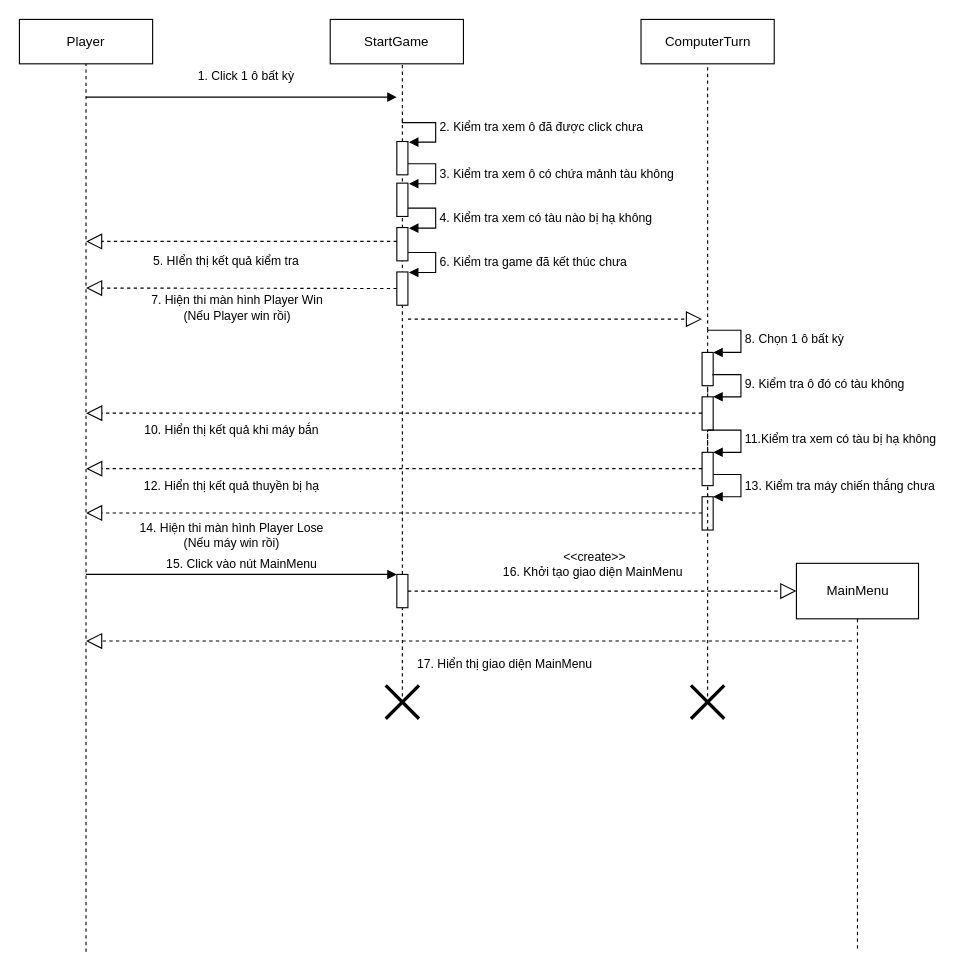
Above: page "Biểu đồ trình tự PlayGame" (7 of 9) of Untitled Diagram.drawio in huytruengusi/Battleship-OOP (draw.io), before the change. Source tidied: cells renumbered, new cells numbered last; positions are measured from the earlier drawing's top-left corner, leaving out a move shared by most shapes. Both pictures are drawn from the tidied source at 111%, with x=0, y=0 at pixel (19, 19).
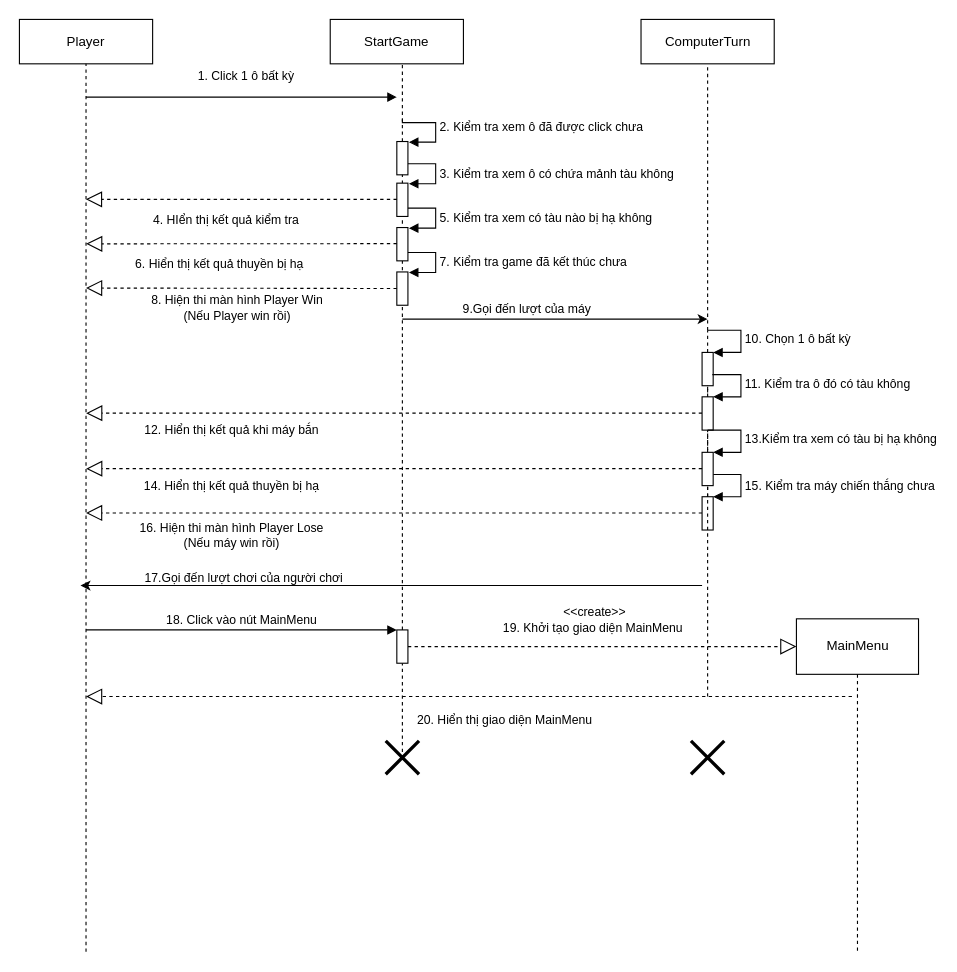
Above is the later version.

Unchanged cells that the change refers to:
```xml
<mxCell id="13" style="html=1;points=[];perimeter=orthogonalPerimeter;" parent="1" vertex="1">
  <mxGeometry x="340" y="187.5" width="10" height="30" as="geometry" />
</mxCell>
<mxCell id="15" style="html=1;points=[];perimeter=orthogonalPerimeter;" parent="1" vertex="1">
  <mxGeometry x="340" y="227.5" width="10" height="30" as="geometry" />
</mxCell>
<mxCell id="20" style="endArrow=block;dashed=1;endFill=0;endSize=12;html=1;rounded=0;exitX=0;exitY=0.666;exitDx=0;exitDy=0;exitPerimeter=0;" parent="1" edge="1">
  <mxGeometry relative="1" as="geometry">
    <mxPoint x="615" y="444.6" as="sourcePoint" />
    <mxPoint x="60" y="444.6" as="targetPoint" />
  </mxGeometry>
</mxCell>
<mxCell id="24" style="endArrow=block;dashed=1;endFill=0;endSize=12;html=1;rounded=0;exitX=0.5;exitY=0;exitDx=0;exitDy=0;entryX=0;entryY=0.5;entryDx=0;entryDy=0;" parent="1" edge="1" source="31" target="26">
  <mxGeometry relative="1" as="geometry" />
</mxCell>
<mxCell id="39" style="html=1;points=[];perimeter=orthogonalPerimeter;" parent="1" vertex="1">
  <mxGeometry x="615" y="300" width="10" height="30" as="geometry" />
</mxCell>
<mxCell id="40" style="html=1;points=[];perimeter=orthogonalPerimeter;" parent="1" vertex="1">
  <mxGeometry x="615" y="430" width="10" height="30" as="geometry" />
</mxCell>
<mxCell id="43" style="html=1;points=[];perimeter=orthogonalPerimeter;" parent="1" vertex="1">
  <mxGeometry x="615" y="340" width="10" height="30" as="geometry" />
</mxCell>
<mxCell id="45" style="html=1;points=[];perimeter=orthogonalPerimeter;" parent="1" vertex="1">
  <mxGeometry x="615" y="390" width="10" height="30" as="geometry" />
</mxCell>
```

What changed in the source:
```diff
@@
-    <mxCell id="12" value="4. Kiểm tra xem có tàu nào bị hạ không" style="edgeStyle=orthogonalEdgeStyle;html=1;align=left;spacingLeft=2;endArrow=block;rounded=0;exitX=0.75;exitY=0;exitDx=0;exitDy=0;entryX=1.09;entryY=0.018;entryDx=0;entryDy=0;entryPerimeter=0;" parent="1" edge="1" target="13">
+    <mxCell id="12" value="5. Kiểm tra xem có tàu nào bị hạ không" style="edgeStyle=orthogonalEdgeStyle;html=1;align=left;spacingLeft=2;endArrow=block;rounded=0;exitX=0.75;exitY=0;exitDx=0;exitDy=0;entryX=1.09;entryY=0.018;entryDx=0;entryDy=0;entryPerimeter=0;" parent="1" edge="1" target="13">
       <mxGeometry relative="1" as="geometry">
         <mxPoint x="350" y="170" as="sourcePoint" />
         <Array as="points">
           <mxPoint x="375" y="170.5" />
           <mxPoint x="375" y="187.5" />
           <mxPoint x="351" y="187.5" />
         </Array>
       </mxGeometry>
     </mxCell>
@@
-    <mxCell id="14" value="6. Kiểm tra game đã kết thúc chưa" style="edgeStyle=orthogonalEdgeStyle;html=1;align=left;spacingLeft=2;endArrow=block;rounded=0;exitX=0.75;exitY=0;exitDx=0;exitDy=0;entryX=1.09;entryY=0.018;entryDx=0;entryDy=0;entryPerimeter=0;" parent="1" edge="1" target="15">
+    <mxCell id="14" value="7. Kiểm tra game đã kết thúc chưa" style="edgeStyle=orthogonalEdgeStyle;html=1;align=left;spacingLeft=2;endArrow=block;rounded=0;exitX=0.75;exitY=0;exitDx=0;exitDy=0;entryX=1.09;entryY=0.018;entryDx=0;entryDy=0;entryPerimeter=0;" parent="1" edge="1" target="15">
       <mxGeometry relative="1" as="geometry">
         <mxPoint x="350" y="210" as="sourcePoint" />
         <Array as="points">
           <mxPoint x="375" y="210.5" />
           <mxPoint x="375" y="227.5" />
           <mxPoint x="351" y="227.5" />
         </Array>
       </mxGeometry>
     </mxCell>
@@
-    <mxCell id="16" value="7. Hiện thi màn hình Player Win&lt;br&gt;(Nếu Player win rồi)" style="endArrow=block;dashed=1;endFill=0;endSize=12;html=1;rounded=0;exitX=-0.002;exitY=0.497;exitDx=0;exitDy=0;exitPerimeter=0;" parent="1" edge="1" source="15">
+    <mxCell id="16" value="8. Hiện thi màn hình Player Win&lt;br&gt;(Nếu Player win rồi)" style="endArrow=block;dashed=1;endFill=0;endSize=12;html=1;rounded=0;exitX=-0.002;exitY=0.497;exitDx=0;exitDy=0;exitPerimeter=0;" parent="1" edge="1" source="15">
       <mxGeometry x="0.03" y="18" relative="1" as="geometry">
         <mxPoint x="60" y="242" as="targetPoint" />
       </mxGeometry>
     </mxCell>
-    <mxCell id="17" style="endArrow=block;dashed=1;endFill=0;endSize=12;html=1;rounded=0;exitX=0.007;exitY=0.416;exitDx=0;exitDy=0;exitPerimeter=0;" parent="1" edge="1" source="13">
+    <mxCell id="17" style="endArrow=block;dashed=1;endFill=0;endSize=12;html=1;rounded=0;exitX=0.007;exitY=0.416;exitDx=0;exitDy=0;exitPerimeter=0;" parent="1" edge="1">
       <mxGeometry relative="1" as="geometry">
-        <mxPoint x="60" y="200" as="targetPoint" />
+        <mxPoint x="340" y="162.1" as="sourcePoint" />
+        <mxPoint x="59.9" y="162.1" as="targetPoint" />
       </mxGeometry>
     </mxCell>
-    <mxCell id="18" value="5. HIển thị kết quả kiểm tra" style="edgeLabel;html=1;align=center;verticalAlign=middle;" parent="17" vertex="1">
+    <mxCell id="18" value="4. HIển thị kết quả kiểm tra" style="edgeLabel;html=1;align=center;verticalAlign=middle;" parent="17" vertex="1">
       <mxGeometry x="0.11" y="-3" relative="1" as="geometry">
         <mxPoint y="21" as="offset" />
       </mxGeometry>
     </mxCell>
-    <mxCell id="19" value="10. Hiển thị kết quả khi máy bắn" style="endArrow=block;dashed=1;endFill=0;endSize=12;html=1;rounded=0;exitX=-0.008;exitY=0.497;exitDx=0;exitDy=0;exitPerimeter=0;" parent="1" edge="1">
+    <mxCell id="19" value="12. Hiển thị kết quả khi máy bắn" style="endArrow=block;dashed=1;endFill=0;endSize=12;html=1;rounded=0;exitX=-0.008;exitY=0.497;exitDx=0;exitDy=0;exitPerimeter=0;" parent="1" edge="1">
       <mxGeometry x="0.53" y="15" relative="1" as="geometry">
         <mxPoint x="615" y="354.7" as="sourcePoint" />
         <mxPoint x="60.1" y="354.7" as="targetPoint" />
       </mxGeometry>
     </mxCell>
@@
-    <mxCell id="21" value="14. Hiện thi màn hình Player Lose&lt;br&gt;(Nếu máy win rồi)" style="edgeLabel;html=1;align=center;verticalAlign=middle;" parent="20" vertex="1">
+    <mxCell id="21" value="16. Hiện thi màn hình Player Lose&lt;br&gt;(Nếu máy win rồi)" style="edgeLabel;html=1;align=center;verticalAlign=middle;" parent="20" vertex="1">
       <mxGeometry x="0.07" y="-2" relative="1" as="geometry">
         <mxPoint x="-128" y="22" as="offset" />
       </mxGeometry>
     </mxCell>
-    <mxCell id="22" value="15. Click vào nút MainMenu" style="html=1;verticalAlign=bottom;endArrow=block;rounded=0;startArrow=none;entryX=0;entryY=1;entryDx=0;entryDy=0;" parent="1" edge="1" target="31">
+    <mxCell id="22" value="18. Click vào nút MainMenu" style="html=1;verticalAlign=bottom;endArrow=block;rounded=0;startArrow=none;entryX=0;entryY=1;entryDx=0;entryDy=0;" parent="1" edge="1" target="31">
       <mxGeometry relative="1" as="geometry">
-        <mxPoint x="60" y="500" as="sourcePoint" />
+        <mxPoint x="60" y="550" as="sourcePoint" />
       </mxGeometry>
     </mxCell>
     <mxCell id="23" style="endArrow=none;dashed=1;html=1;rounded=0;entryX=1;entryY=0.5;entryDx=0;entryDy=0;startArrow=none;" parent="1" edge="1" target="31">
       <mxGeometry relative="1" as="geometry">
-        <mxPoint x="345" y="610" as="sourcePoint" />
+        <mxPoint x="345" y="660" as="sourcePoint" />
       </mxGeometry>
     </mxCell>
@@
-    <mxCell id="25" value="&amp;lt;&amp;lt;create&amp;gt;&amp;gt;&lt;br&gt;16. Khởi tạo giao diện MainMenu&amp;nbsp;" style="edgeLabel;html=1;align=center;verticalAlign=middle;" parent="24" vertex="1">
+    <mxCell id="25" value="&amp;lt;&amp;lt;create&amp;gt;&amp;gt;&lt;br&gt;19. Khởi tạo giao diện MainMenu&amp;nbsp;" style="edgeLabel;html=1;align=center;verticalAlign=middle;" parent="24" vertex="1">
       <mxGeometry x="-0.19" y="2" relative="1" as="geometry">
         <mxPoint x="25" y="-23" as="offset" />
       </mxGeometry>
     </mxCell>
     <mxCell id="26" value="MainMenu" style="html=1;" parent="1" vertex="1">
-      <mxGeometry x="700" y="490" width="110" height="50" as="geometry" />
+      <mxGeometry x="700" y="540" width="110" height="50" as="geometry" />
     </mxCell>
@@
     <mxCell id="28" style="endArrow=block;dashed=1;endFill=0;endSize=12;html=1;rounded=0;" parent="1" edge="1">
       <mxGeometry relative="1" as="geometry">
-        <mxPoint x="750" y="560" as="sourcePoint" />
-        <mxPoint x="60" y="560" as="targetPoint" />
+        <mxPoint x="750" y="610" as="sourcePoint" />
+        <mxPoint x="60" y="610" as="targetPoint" />
       </mxGeometry>
     </mxCell>
-    <mxCell id="29" value="17. Hiển thị giao diện MainMenu" style="edgeLabel;html=1;align=center;verticalAlign=middle;" parent="28" vertex="1">
+    <mxCell id="29" value="20. Hiển thị giao diện MainMenu" style="edgeLabel;html=1;align=center;verticalAlign=middle;" parent="28" vertex="1">
       <mxGeometry x="-0.09" relative="1" as="geometry">
         <mxPoint y="20" as="offset" />
       </mxGeometry>
     </mxCell>
@@
     <mxCell id="31" style="rounded=0;whiteSpace=wrap;html=1;direction=south;" parent="1" vertex="1">
-      <mxGeometry x="340" y="500" width="10" height="30" as="geometry" />
+      <mxGeometry x="340" y="550" width="10" height="30" as="geometry" />
     </mxCell>
-    <mxCell id="32" value="8. Chọn 1 ô bất kỳ" style="edgeStyle=orthogonalEdgeStyle;html=1;align=left;spacingLeft=2;endArrow=block;rounded=0;entryX=1;entryY=0;" parent="1" edge="1" target="39">
+    <mxCell id="32" value="10. Chọn 1 ô bất kỳ" style="edgeStyle=orthogonalEdgeStyle;html=1;align=left;spacingLeft=2;endArrow=block;rounded=0;entryX=1;entryY=0;" parent="1" edge="1" target="39">
       <mxGeometry relative="1" as="geometry">
         <mxPoint x="620" y="280" as="sourcePoint" />
         <Array as="points">
           <mxPoint x="650" y="280" />
         </Array>
       </mxGeometry>
     </mxCell>
-    <mxCell id="33" value="13. Kiểm tra máy chiến thắng chưa" style="edgeStyle=orthogonalEdgeStyle;html=1;align=left;spacingLeft=2;endArrow=block;rounded=0;entryX=1;entryY=0;exitX=1;exitY=0.667;exitDx=0;exitDy=0;exitPerimeter=0;" parent="1" edge="1" target="40">
+    <mxCell id="33" value="15. Kiểm tra máy chiến thắng chưa" style="edgeStyle=orthogonalEdgeStyle;html=1;align=left;spacingLeft=2;endArrow=block;rounded=0;entryX=1;entryY=0;exitX=1;exitY=0.667;exitDx=0;exitDy=0;exitPerimeter=0;" parent="1" edge="1" target="40">
       <mxGeometry relative="1" as="geometry">
         <mxPoint x="625" y="410" as="sourcePoint" />
         <Array as="points">
           <mxPoint x="650" y="410" />
           <mxPoint x="650" y="430" />
         </Array>
       </mxGeometry>
     </mxCell>
-    <mxCell id="34" style="endArrow=block;dashed=1;endFill=0;endSize=12;html=1;rounded=0;entryX=0;entryY=1;entryDx=0;entryDy=0;" parent="1" edge="1">
-      <mxGeometry relative="1" as="geometry">
-        <mxPoint x="350" y="270" as="sourcePoint" />
-        <mxPoint x="615" y="270" as="targetPoint" />
-        <Array as="points">
-          <mxPoint x="480" y="270" />
-        </Array>
-      </mxGeometry>
-    </mxCell>
@@
     <mxCell id="37" style="shape=umlDestroy;whiteSpace=wrap;html=1;strokeWidth=3;" parent="1" vertex="1">
-      <mxGeometry x="330" y="600" width="30" height="30" as="geometry" />
+      <mxGeometry x="330" y="650" width="30" height="30" as="geometry" />
     </mxCell>
     <mxCell id="38" style="shape=umlDestroy;whiteSpace=wrap;html=1;strokeWidth=3;" parent="1" vertex="1">
-      <mxGeometry x="605" y="600" width="30" height="30" as="geometry" />
+      <mxGeometry x="605" y="650" width="30" height="30" as="geometry" />
     </mxCell>
@@
-    <mxCell id="44" value="9. Kiểm tra ô đó có tàu không" style="edgeStyle=orthogonalEdgeStyle;html=1;align=left;spacingLeft=2;endArrow=block;rounded=0;entryX=1;entryY=0;exitX=0.922;exitY=0.666;exitDx=0;exitDy=0;exitPerimeter=0;" parent="1" edge="1" source="39" target="43">
+    <mxCell id="44" value="11. Kiểm tra ô đó có tàu không" style="edgeStyle=orthogonalEdgeStyle;html=1;align=left;spacingLeft=2;endArrow=block;rounded=0;entryX=1;entryY=0;exitX=0.922;exitY=0.666;exitDx=0;exitDy=0;exitPerimeter=0;" parent="1" edge="1" source="39" target="43">
       <mxGeometry relative="1" as="geometry">
         <Array as="points">
           <mxPoint x="650" y="320" />
           <mxPoint x="650" y="340" />
         </Array>
       </mxGeometry>
     </mxCell>
@@
-    <mxCell id="46" value="11.Kiểm tra xem có tàu bị hạ không" style="edgeStyle=orthogonalEdgeStyle;html=1;align=left;spacingLeft=2;endArrow=block;rounded=0;entryX=1;entryY=0;" parent="1" edge="1" target="45">
+    <mxCell id="46" value="13.Kiểm tra xem có tàu bị hạ không" style="edgeStyle=orthogonalEdgeStyle;html=1;align=left;spacingLeft=2;endArrow=block;rounded=0;entryX=1;entryY=0;" parent="1" edge="1" target="45">
       <mxGeometry relative="1" as="geometry">
         <mxPoint x="620" y="370" as="sourcePoint" />
         <Array as="points">
           <mxPoint x="650" y="370" />
         </Array>
       </mxGeometry>
     </mxCell>
-    <mxCell id="47" value="12. Hiển thị kết quả thuyền bị hạ" style="endArrow=block;dashed=1;endFill=0;endSize=12;html=1;rounded=0;exitX=-0.008;exitY=0.497;exitDx=0;exitDy=0;exitPerimeter=0;" parent="1" edge="1">
+    <mxCell id="47" value="14. Hiển thị kết quả thuyền bị hạ" style="endArrow=block;dashed=1;endFill=0;endSize=12;html=1;rounded=0;exitX=-0.008;exitY=0.497;exitDx=0;exitDy=0;exitPerimeter=0;" parent="1" edge="1">
       <mxGeometry x="0.53" y="15" relative="1" as="geometry">
         <mxPoint x="615" y="404.7" as="sourcePoint" />
         <mxPoint x="60.1" y="404.7" as="targetPoint" />
       </mxGeometry>
     </mxCell>
+    <mxCell id="48" style="endArrow=classic;html=1;rounded=0;" parent="1" edge="1">
+      <mxGeometry relative="1" as="geometry">
+        <mxPoint x="345" y="270" as="sourcePoint" />
+        <mxPoint x="620" y="270" as="targetPoint" />
+      </mxGeometry>
+    </mxCell>
+    <mxCell id="49" value="9.Gọi đến lượt của máy" style="edgeLabel;html=1;align=center;verticalAlign=middle;" parent="48" vertex="1">
+      <mxGeometry x="-0.19" y="1" relative="1" as="geometry">
+        <mxPoint y="-9" as="offset" />
+      </mxGeometry>
+    </mxCell>
+    <mxCell id="50" style="endArrow=classic;html=1;rounded=0;" parent="1" edge="1">
+      <mxGeometry relative="1" as="geometry">
+        <mxPoint x="615" y="510" as="sourcePoint" />
+        <mxPoint x="55" y="510" as="targetPoint" />
+      </mxGeometry>
+    </mxCell>
+    <mxCell id="51" value="17.Gọi đến lượt chơi của người chơi" style="edgeLabel;html=1;align=center;verticalAlign=middle;" parent="50" vertex="1">
+      <mxGeometry x="-0.19" y="1" relative="1" as="geometry">
+        <mxPoint x="-187" y="-9" as="offset" />
+      </mxGeometry>
+    </mxCell>
+    <mxCell id="52" value="6. Hiển thị kết quả thuyền bị hạ" style="endArrow=block;dashed=1;endFill=0;endSize=12;html=1;rounded=0;" parent="1" edge="1">
+      <mxGeometry x="0.14" y="18" relative="1" as="geometry">
+        <mxPoint x="340" y="202" as="sourcePoint" />
+        <mxPoint x="60.1" y="202.2" as="targetPoint" />
+      </mxGeometry>
+    </mxCell>
```
